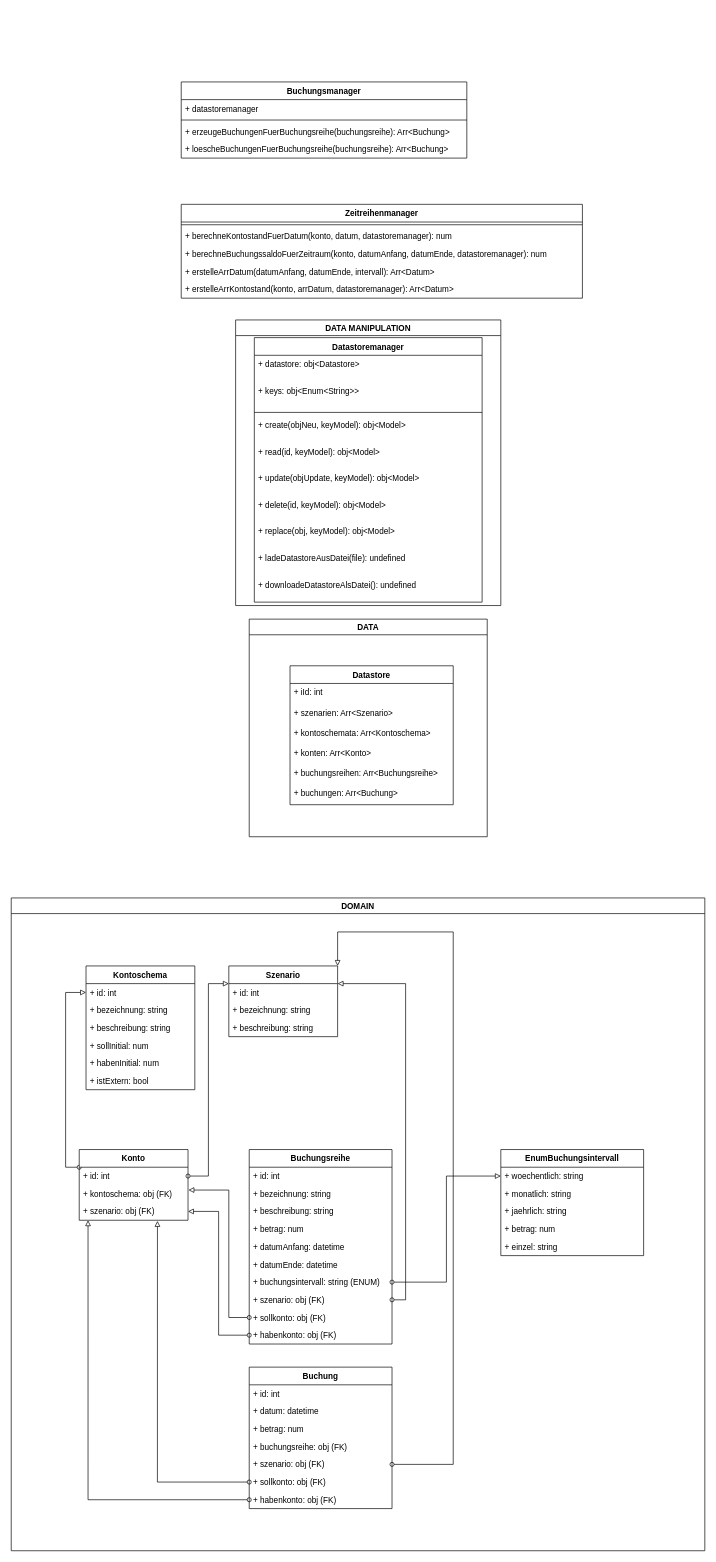
wunscha/finanzplaner keeps this draw.io diagram as design/Klassen.drawio. Above is the earlier version. Source tidied: cells renumbered, new cells numbered last; positions are measured from the earlier drawing's top-left corner, leaving out a move shared by most shapes. Both pictures are drawn from the tidied source at 68%, with x=0, y=0 at pixel (11, 82).
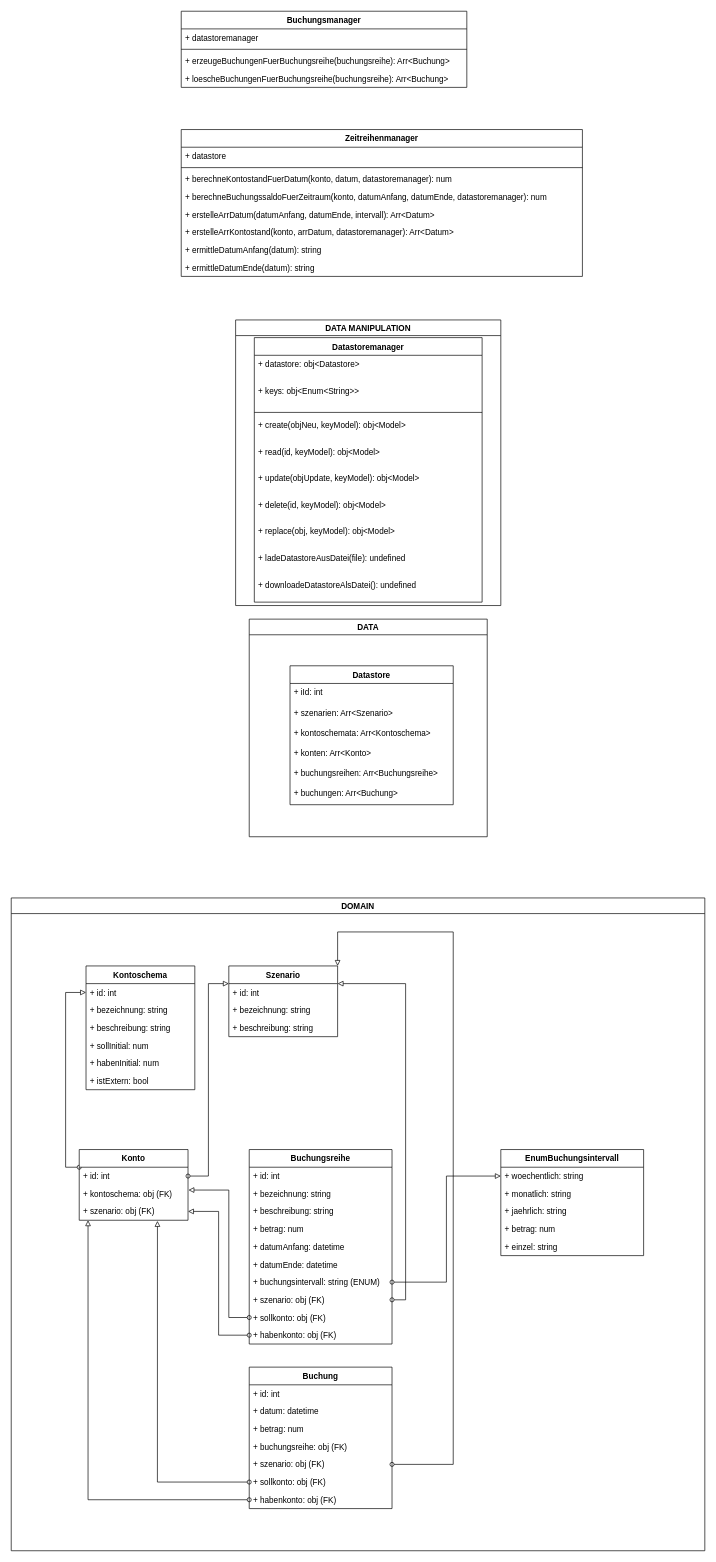
Above is the later version.

Change to the diagram source:
```diff
@@
     <mxCell id="74" value="Buchungsmanager" style="swimlane;fontStyle=1;align=center;verticalAlign=top;horizontal=1;startSize=26;" parent="1" vertex="1">
-      <mxGeometry x="250" width="420" height="112" as="geometry" />
+      <mxGeometry x="250" y="-104" width="420" height="112" as="geometry" />
     </mxCell>
@@
     <mxCell id="79" value="Zeitreihenmanager" style="swimlane;fontStyle=1;align=center;verticalAlign=top;horizontal=1;startSize=26;" parent="1" vertex="1">
-      <mxGeometry x="250" y="180" width="590" height="138" as="geometry" />
+      <mxGeometry x="250" y="70" width="590" height="216" as="geometry" />
     </mxCell>
+    <mxCell id="86" value="+ datastore" style="text;strokeColor=none;fillColor=none;align=left;verticalAlign=top;spacingLeft=4;spacingRight=4;overflow=hidden;" parent="79" vertex="1">
+      <mxGeometry y="26" width="590" height="26" as="geometry" />
+    </mxCell>
     <mxCell id="80" style="line;strokeWidth=1;fillColor=none;align=left;verticalAlign=middle;spacingTop=-1;spacingLeft=3;spacingRight=3;labelPosition=right;strokeColor=inherit;" parent="79" vertex="1">
-      <mxGeometry y="26" width="590" height="8" as="geometry" />
+      <mxGeometry y="52" width="590" height="8" as="geometry" />
     </mxCell>
     <mxCell id="81" value="+ berechneKontostandFuerDatum(konto, datum, datastoremanager): num" style="text;strokeColor=none;fillColor=none;align=left;verticalAlign=top;spacingLeft=4;spacingRight=4;overflow=hidden;" parent="79" vertex="1">
-      <mxGeometry y="34" width="590" height="26" as="geometry" />
+      <mxGeometry y="60" width="590" height="26" as="geometry" />
     </mxCell>
     <mxCell id="82" value="+ berechneBuchungssaldoFuerZeitraum(konto, datumAnfang, datumEnde, datastoremanager): num" style="text;strokeColor=none;fillColor=none;align=left;verticalAlign=top;spacingLeft=4;spacingRight=4;overflow=hidden;" parent="79" vertex="1">
-      <mxGeometry y="60" width="590" height="26" as="geometry" />
+      <mxGeometry y="86" width="590" height="26" as="geometry" />
     </mxCell>
     <mxCell id="83" value="+ erstelleArrDatum(datumAnfang, datumEnde, intervall): Arr&lt;Datum&gt;" style="text;strokeColor=none;fillColor=none;align=left;verticalAlign=top;spacingLeft=4;spacingRight=4;overflow=hidden;" parent="79" vertex="1">
-      <mxGeometry y="86" width="590" height="26" as="geometry" />
+      <mxGeometry y="112" width="590" height="26" as="geometry" />
     </mxCell>
     <mxCell id="84" value="+ erstelleArrKontostand(konto, arrDatum, datastoremanager): Arr&lt;Datum&gt;" style="text;strokeColor=none;fillColor=none;align=left;verticalAlign=top;spacingLeft=4;spacingRight=4;overflow=hidden;" parent="79" vertex="1">
-      <mxGeometry y="112" width="590" height="26" as="geometry" />
+      <mxGeometry y="138" width="590" height="26" as="geometry" />
     </mxCell>
+    <mxCell id="87" value="+ ermittleDatumAnfang(datum): string" style="text;strokeColor=none;fillColor=none;align=left;verticalAlign=top;spacingLeft=4;spacingRight=4;overflow=hidden;" parent="79" vertex="1">
+      <mxGeometry y="164" width="590" height="26" as="geometry" />
+    </mxCell>
+    <mxCell id="88" value="+ ermittleDatumEnde(datum): string" style="text;strokeColor=none;fillColor=none;align=left;verticalAlign=top;spacingLeft=4;spacingRight=4;overflow=hidden;" parent="79" vertex="1">
+      <mxGeometry y="190" width="590" height="26" as="geometry" />
+    </mxCell>
```
